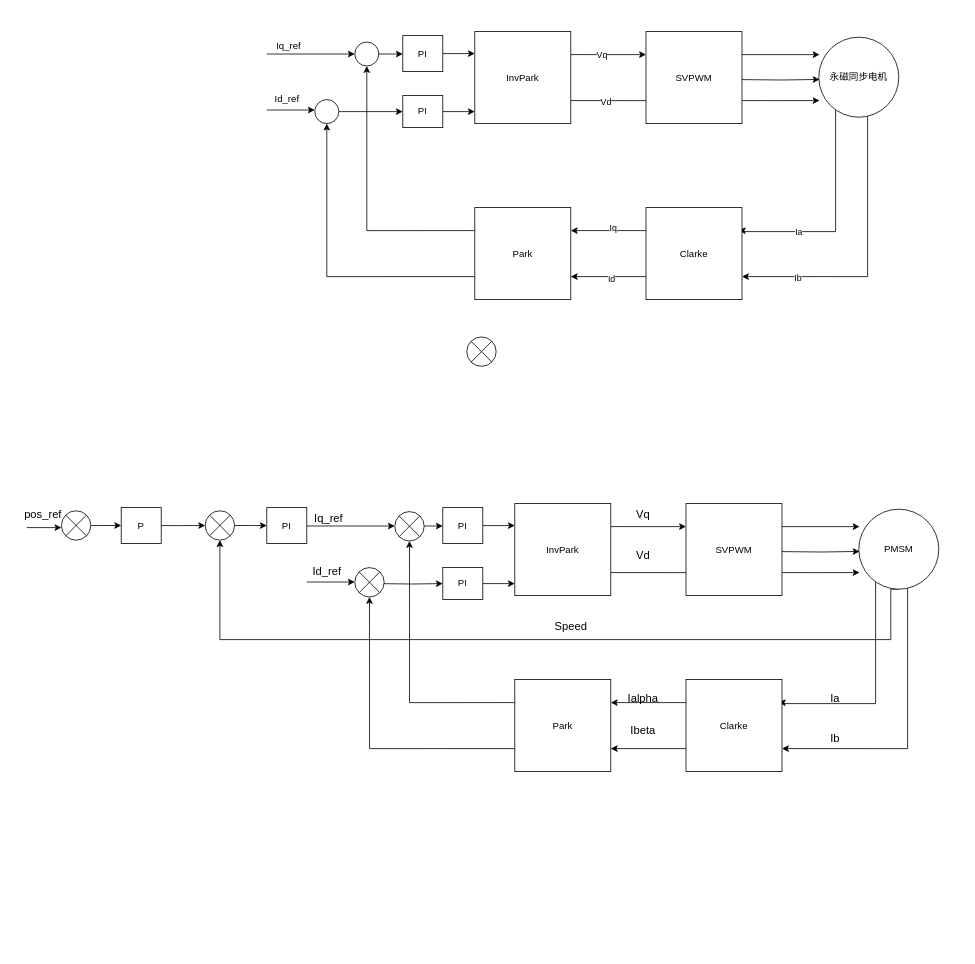
This is FOC电流环.drawio from songruidong/draw.io, a draw.io file, before an edit. Source tidied: cells renumbered, new cells numbered last; positions are measured from the earlier drawing's top-left corner, leaving out a move shared by most shapes. Both pictures are drawn from the tidied source at 80%, with x=0, y=0 at pixel (14, 31).
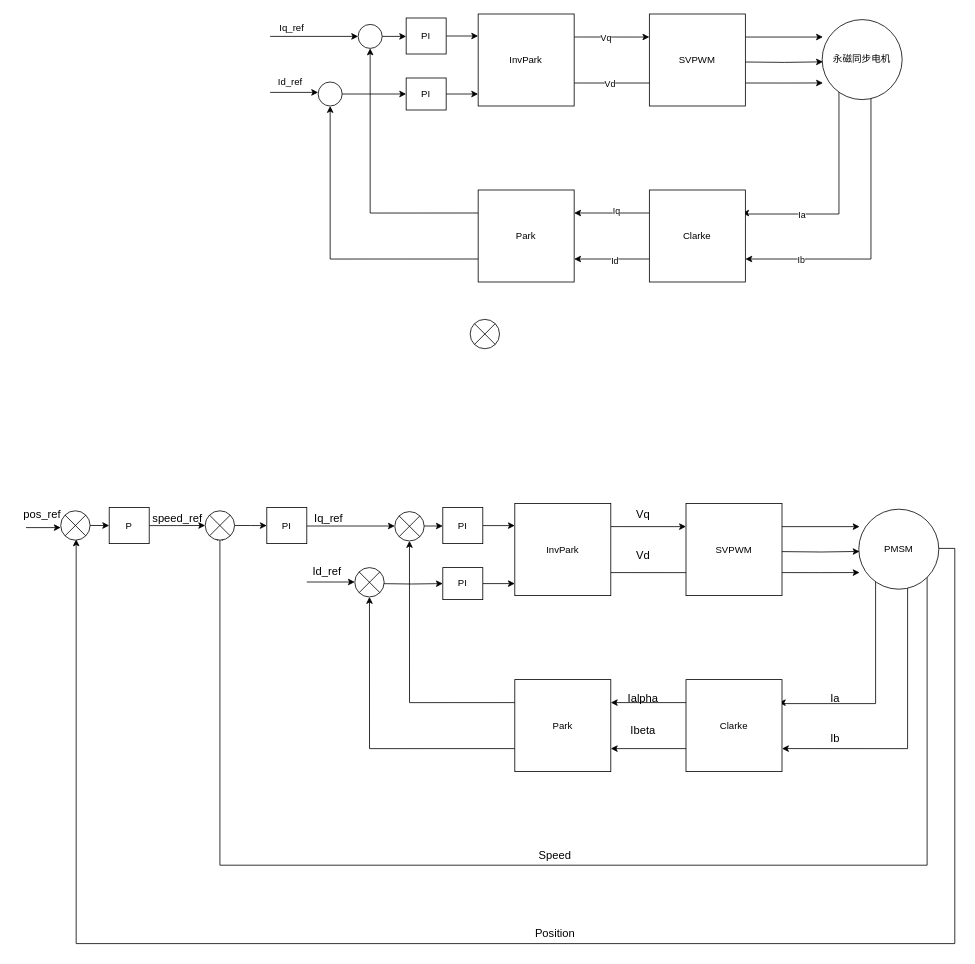
The same page after the edit.

Commit message:
更新FOC电流环.drawio

The change refers to these unchanged cells:
```xml
<mxCell id="57" value="PMSM" style="ellipse;whiteSpace=wrap;html=1;" parent="1" vertex="1">
  <mxGeometry x="1055" y="597" width="100" height="100" as="geometry" />
</mxCell>
<mxCell id="76" style="ellipse;whiteSpace=wrap;html=1;" parent="1" vertex="1">
  <mxGeometry x="238" y="599" width="36.7" height="36.7" as="geometry" />
</mxCell>
```

The edit, as a diff of the source:
```diff
@@
     <mxCell id="2" style="edgeStyle=orthogonalEdgeStyle;rounded=0;jettySize=auto;html=1;" parent="1" edge="1" source="3" target="14">
       <mxGeometry relative="1" as="geometry">
         <Array as="points">
-          <mxPoint x="575" y="28" />
-          <mxPoint x="575" y="28" />
+          <mxPoint x="579.2" y="6" />
+          <mxPoint x="579.2" y="6" />
         </Array>
       </mxGeometry>
     </mxCell>
     <mxCell id="3" value="PI" style="rounded=0;whiteSpace=wrap;html=1;" parent="1" vertex="1">
-      <mxGeometry x="485" y="5" width="50" height="45" as="geometry" />
+      <mxGeometry x="489.2" y="-17" width="50" height="45" as="geometry" />
     </mxCell>
@@
     <mxCell id="5" style="ellipse;whiteSpace=wrap;html=1;" parent="1" vertex="1">
-      <mxGeometry x="425" y="13" width="30" height="30" as="geometry" />
+      <mxGeometry x="429.2" y="-9" width="30" height="30" as="geometry" />
     </mxCell>
     <mxCell id="6" style="edgeStyle=orthogonalEdgeStyle;rounded=0;jettySize=auto;html=1;" parent="1" edge="1" source="7" target="14">
       <mxGeometry relative="1" as="geometry">
         <Array as="points">
-          <mxPoint x="575" y="100" />
-          <mxPoint x="575" y="100" />
+          <mxPoint x="579.2" y="78" />
+          <mxPoint x="579.2" y="78" />
         </Array>
       </mxGeometry>
     </mxCell>
     <mxCell id="7" value="PI" style="rounded=0;whiteSpace=wrap;html=1;" parent="1" vertex="1">
-      <mxGeometry x="485" y="80" width="50" height="40" as="geometry" />
+      <mxGeometry x="489.2" y="58" width="50" height="40" as="geometry" />
     </mxCell>
@@
     <mxCell id="9" style="ellipse;whiteSpace=wrap;html=1;" parent="1" vertex="1">
-      <mxGeometry x="375" y="85" width="30" height="30" as="geometry" />
+      <mxGeometry x="379.2" y="63" width="30" height="30" as="geometry" />
     </mxCell>
     <mxCell id="10" style="edgeStyle=orthogonalEdgeStyle;rounded=0;jettySize=auto;html=1;exitX=1;exitY=0.75;exitDx=0;exitDy=0;entryX=0;entryY=0.75;entryDx=0;entryDy=0;" parent="1" edge="1" source="14" target="17">
       <mxGeometry relative="1" as="geometry">
         <Array as="points">
-          <mxPoint x="805" y="86" />
+          <mxPoint x="809.2" y="64" />
         </Array>
       </mxGeometry>
     </mxCell>
@@
     <mxCell id="12" style="edgeStyle=orthogonalEdgeStyle;rounded=0;jettySize=auto;html=1;exitX=1;exitY=0.25;exitDx=0;exitDy=0;entryX=0;entryY=0.25;entryDx=0;entryDy=0;" parent="1" edge="1" source="14" target="17">
       <mxGeometry relative="1" as="geometry">
         <Array as="points">
-          <mxPoint x="775" y="29" />
-          <mxPoint x="775" y="29" />
+          <mxPoint x="779.2" y="7" />
+          <mxPoint x="779.2" y="7" />
         </Array>
       </mxGeometry>
     </mxCell>
@@
     <mxCell id="14" value="InvPark" style="rounded=0;whiteSpace=wrap;html=1;" parent="1" vertex="1">
-      <mxGeometry x="575" width="120" height="115" as="geometry" />
+      <mxGeometry x="579.2" y="-22" width="120" height="115" as="geometry" />
     </mxCell>
     <mxCell id="15" style="edgeStyle=orthogonalEdgeStyle;rounded=0;jettySize=auto;html=1;exitX=1;exitY=0.75;exitDx=0;exitDy=0;entryX=0;entryY=0.75;entryDx=0;entryDy=0;" parent="1" edge="1" source="17">
       <mxGeometry relative="1" as="geometry">
-        <mxPoint x="1006" y="86.2" as="targetPoint" />
+        <mxPoint x="1010.2" y="64.2" as="targetPoint" />
       </mxGeometry>
     </mxCell>
     <mxCell id="16" style="edgeStyle=orthogonalEdgeStyle;rounded=0;orthogonalLoop=1;jettySize=auto;html=1;exitX=1;exitY=0.25;exitDx=0;exitDy=0;entryX=0;entryY=0.25;entryDx=0;entryDy=0;" parent="1" edge="1">
       <mxGeometry relative="1" as="geometry">
-        <mxPoint x="909" y="28.8" as="sourcePoint" />
-        <mxPoint x="1006" y="28.8" as="targetPoint" />
+        <mxPoint x="913.2" y="6.8" as="sourcePoint" />
+        <mxPoint x="1010.2" y="6.8" as="targetPoint" />
       </mxGeometry>
     </mxCell>
     <mxCell id="17" value="SVPWM" style="rounded=0;whiteSpace=wrap;html=1;" parent="1" vertex="1">
-      <mxGeometry x="789" width="120" height="115" as="geometry" />
+      <mxGeometry x="793.2" y="-22" width="120" height="115" as="geometry" />
     </mxCell>
     <mxCell id="18" style="edgeStyle=orthogonalEdgeStyle;rounded=0;jettySize=auto;html=1;exitX=0.25;exitY=0.875;exitDx=0;exitDy=0;entryX=0.967;entryY=0.25;entryDx=0;entryDy=0;exitPerimeter=0;entryPerimeter=0;" parent="1" edge="1" target="26">
       <mxGeometry relative="1" as="geometry">
-        <mxPoint x="1026" y="90" as="sourcePoint" />
+        <mxPoint x="1030.2" y="68" as="sourcePoint" />
         <Array as="points">
-          <mxPoint x="1026" y="250" />
-          <mxPoint x="911" y="250" />
-          <mxPoint x="911" y="249" />
+          <mxPoint x="1030.2" y="228" />
+          <mxPoint x="915.2" y="228" />
+          <mxPoint x="915.2" y="227" />
         </Array>
       </mxGeometry>
     </mxCell>
@@
     <mxCell id="20" style="edgeStyle=orthogonalEdgeStyle;rounded=0;jettySize=auto;html=1;exitX=0.595;exitY=0.98;exitDx=0;exitDy=0;entryX=1;entryY=0.75;entryDx=0;entryDy=0;exitPerimeter=0;" parent="1" edge="1" source="30" target="26">
       <mxGeometry relative="1" as="geometry">
         <Array as="points">
-          <mxPoint x="1066" y="105" />
-          <mxPoint x="1066" y="306" />
+          <mxPoint x="1070.2" y="83" />
+          <mxPoint x="1070.2" y="284" />
         </Array>
       </mxGeometry>
     </mxCell>
@@
     <mxCell id="26" value="Clarke" style="rounded=0;whiteSpace=wrap;html=1;" parent="1" vertex="1">
-      <mxGeometry x="789" y="220" width="120" height="115" as="geometry" />
+      <mxGeometry x="793.2" y="198" width="120" height="115" as="geometry" />
     </mxCell>
@@
     <mxCell id="29" value="Park" style="rounded=0;whiteSpace=wrap;html=1;" parent="1" vertex="1">
-      <mxGeometry x="575" y="220" width="120" height="115" as="geometry" />
+      <mxGeometry x="579.2" y="198" width="120" height="115" as="geometry" />
     </mxCell>
     <mxCell id="30" value="永磁同步电机" style="ellipse;whiteSpace=wrap;html=1;" parent="1" vertex="1">
-      <mxGeometry x="1005" y="7" width="100" height="100" as="geometry" />
+      <mxGeometry x="1009.2" y="-15" width="100" height="100" as="geometry" />
     </mxCell>
     <mxCell id="31" style="endArrow=classic;html=1;rounded=0;entryX=0;entryY=0.5;entryDx=0;entryDy=0;" parent="1" edge="1" target="5">
       <mxGeometry relative="1" as="geometry">
-        <mxPoint x="315" y="28" as="sourcePoint" />
+        <mxPoint x="319.2" y="6" as="sourcePoint" />
       </mxGeometry>
     </mxCell>
     <mxCell id="32" style="endArrow=classic;html=1;rounded=0;entryX=0;entryY=0.5;entryDx=0;entryDy=0;" parent="1" edge="1">
       <mxGeometry relative="1" as="geometry">
-        <mxPoint x="315" y="98" as="sourcePoint" />
-        <mxPoint x="375" y="98" as="targetPoint" />
+        <mxPoint x="319.2" y="76" as="sourcePoint" />
+        <mxPoint x="379.2" y="76" as="targetPoint" />
       </mxGeometry>
     </mxCell>
     <mxCell id="33" value="Iq_ref" style="text;html=1;align=center;verticalAlign=middle;strokeColor=none;fillColor=none;" parent="1" vertex="1">
-      <mxGeometry x="317" y="3" width="50" height="30" as="geometry" />
+      <mxGeometry x="321.2" y="-19" width="50" height="30" as="geometry" />
     </mxCell>
     <mxCell id="34" value="Id_ref" style="text;html=1;align=center;verticalAlign=middle;strokeColor=none;fillColor=none;" parent="1" vertex="1">
-      <mxGeometry x="315" y="70" width="50" height="30" as="geometry" />
+      <mxGeometry x="319.2" y="48" width="50" height="30" as="geometry" />
     </mxCell>
     <mxCell id="35" style="edgeStyle=orthogonalEdgeStyle;rounded=0;orthogonalLoop=1;jettySize=auto;html=1;exitX=1;exitY=0.25;exitDx=0;exitDy=0;entryX=0;entryY=0.25;entryDx=0;entryDy=0;" parent="1" edge="1">
       <mxGeometry relative="1" as="geometry">
-        <mxPoint x="909" y="60" as="sourcePoint" />
-        <mxPoint x="1006" y="59.8" as="targetPoint" />
+        <mxPoint x="913.2" y="38" as="sourcePoint" />
+        <mxPoint x="1010.2" y="37.8" as="targetPoint" />
       </mxGeometry>
     </mxCell>
@@
-    <mxCell id="56" style="edgeStyle=orthogonalEdgeStyle;rounded=0;jettySize=auto;html=1;exitX=0.5;exitY=1;exitDx=0;exitDy=0;entryX=0.5;entryY=1;entryDx=0;entryDy=0;" parent="1" edge="1" source="57" target="76">
-      <mxGeometry relative="1" as="geometry">
-        <Array as="points">
-          <mxPoint x="1095" y="697" />
-          <mxPoint x="1095" y="760" />
-          <mxPoint x="256" y="760" />
-        </Array>
-      </mxGeometry>
-    </mxCell>
+    <mxCell id="94" style="edgeStyle=orthogonalEdgeStyle;rounded=0;orthogonalLoop=1;jettySize=auto;html=1;exitX=1;exitY=1;exitDx=0;exitDy=0;entryX=0.5;entryY=1;entryDx=0;entryDy=0;" parent="1" edge="1">
+      <mxGeometry relative="1" as="geometry">
+        <mxPoint x="1140.4" y="674.4" as="sourcePoint" />
+        <mxPoint x="256.4" y="627.7" as="targetPoint" />
+        <Array as="points">
+          <mxPoint x="1140" y="1042" />
+          <mxPoint x="256" y="1042" />
+        </Array>
+      </mxGeometry>
+    </mxCell>
+    <mxCell id="95" style="edgeStyle=orthogonalEdgeStyle;rounded=0;orthogonalLoop=1;jettySize=auto;html=1;exitX=1;exitY=0.5;exitDx=0;exitDy=0;entryX=0.5;entryY=1;entryDx=0;entryDy=0;" parent="1" edge="1">
+      <mxGeometry relative="1" as="geometry">
+        <mxPoint x="1155" y="646" as="sourcePoint" />
+        <mxPoint x="76.7" y="634.7" as="targetPoint" />
+        <Array as="points">
+          <mxPoint x="1175" y="646" />
+          <mxPoint x="1175" y="1140" />
+          <mxPoint x="77" y="1140" />
+        </Array>
+      </mxGeometry>
+    </mxCell>
@@
     <mxCell id="72" style="ellipse;whiteSpace=wrap;html=1;" parent="1" vertex="1">
-      <mxGeometry x="565" y="381.7" width="36.7" height="36.7" as="geometry" />
+      <mxGeometry x="569.2" y="359.7" width="36.7" height="36.7" as="geometry" />
     </mxCell>
@@
     <mxCell id="80" style="ellipse;whiteSpace=wrap;html=1;" parent="1" vertex="1">
-      <mxGeometry x="58.3" y="599" width="36.7" height="36.7" as="geometry" />
+      <mxGeometry x="57.4" y="599" width="36.7" height="36.7" as="geometry" />
     </mxCell>
@@
     <mxCell id="84" value="P" style="rounded=0;whiteSpace=wrap;html=1;" parent="1" vertex="1">
-      <mxGeometry x="133" y="595" width="50" height="45" as="geometry" />
+      <mxGeometry x="118" y="595" width="50" height="45" as="geometry" />
     </mxCell>
     <mxCell id="85" style="endArrow=classic;html=1;rounded=0;" parent="1" edge="1">
       <mxGeometry relative="1" as="geometry">
-        <mxPoint x="15" y="620" as="sourcePoint" />
-        <mxPoint x="58.3" y="620" as="targetPoint" />
+        <mxPoint x="14" y="620" as="sourcePoint" />
+        <mxPoint x="57.4" y="620" as="targetPoint" />
       </mxGeometry>
     </mxCell>
     <mxCell id="86" value="&lt;font style=&quot;font-size: 14px;&quot;&gt;pos_ref&lt;/font&gt;" style="text;html=1;align=center;verticalAlign=middle;strokeColor=none;fillColor=none;" parent="1" vertex="1">
-      <mxGeometry y="588" width="70" height="30" as="geometry" />
+      <mxGeometry x="-1" y="588" width="70" height="30" as="geometry" />
     </mxCell>
@@
-    <mxCell id="89" value="&lt;font style=&quot;font-size: 14px;&quot;&gt;Speed&lt;/font&gt;" style="text;html=1;align=center;verticalAlign=middle;strokeColor=none;fillColor=none;" parent="1" vertex="1">
-      <mxGeometry x="665" y="728" width="60" height="30" as="geometry" />
-    </mxCell>
@@
+    <mxCell id="89" value="&lt;font style=&quot;font-size: 14px;&quot;&gt;Speed&lt;/font&gt;" style="text;html=1;align=center;verticalAlign=middle;strokeColor=none;fillColor=none;" parent="1" vertex="1">
+      <mxGeometry x="645" y="1015" width="60" height="30" as="geometry" />
+    </mxCell>
+    <mxCell id="96" value="&lt;font style=&quot;font-size: 14px;&quot;&gt;Position&lt;/font&gt;" style="text;html=1;align=center;verticalAlign=middle;strokeColor=none;fillColor=none;" parent="1" vertex="1">
+      <mxGeometry x="640" y="1112" width="70" height="30" as="geometry" />
+    </mxCell>
+    <mxCell id="97" value="&lt;font style=&quot;font-size: 14px;&quot;&gt;speed_ref&lt;/font&gt;" style="text;html=1;align=center;verticalAlign=middle;strokeColor=none;fillColor=none;" parent="1" vertex="1">
+      <mxGeometry x="158" y="593" width="90" height="30" as="geometry" />
+    </mxCell>
```
